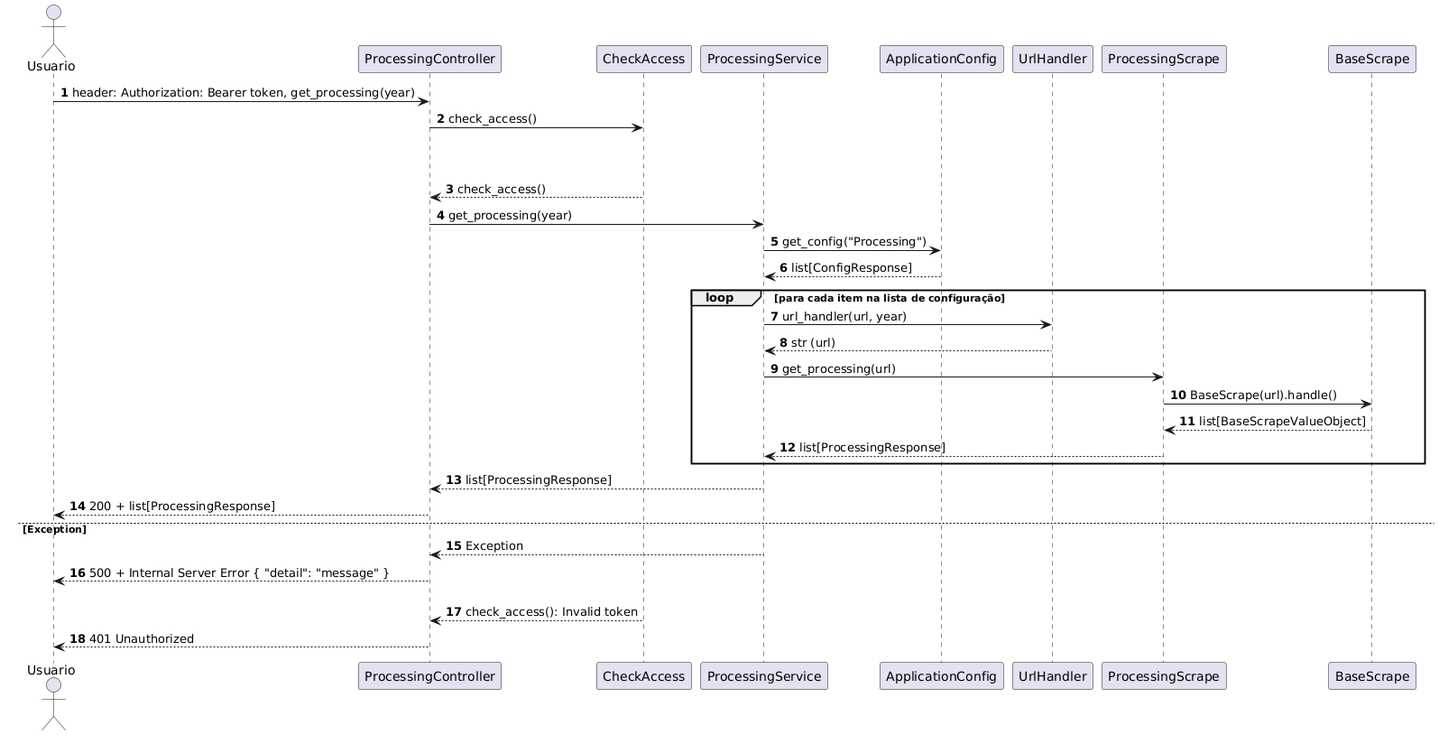
Before: app/architecture_diagrams/sequence_endpoint_processing.png, a diagram exported from PlantUML (henriquecomp/vinicultura). The source it was exported from:
```plantuml
@startuml
autonumber
actor Usuario
participant "ProcessingController" as Controller
participant "CheckAccess" as CheckAccess
participant "ProcessingService" as Application
participant "ApplicationConfig" as Config
participant "UrlHandler" as UrlHandler
participant "ProcessingScrape" as Scrape
participant "BaseScrape" as BaseScrape

Usuario -> Controller: header: Authorization: Bearer token, get_processing(year)
Controller -> CheckAccess: check_access()

alt Token Válido
    alt
        CheckAccess --> Controller: check_access()
        Controller -> Application: get_processing(year)
        Application -> Config: get_config("Processing")
        Config --> Application: list[ConfigResponse]
        loop para cada item na lista de configuração
            Application -> UrlHandler: url_handler(url, year)
            UrlHandler --> Application: str (url)
            Application -> Scrape: get_processing(url)
            Scrape -> BaseScrape: BaseScrape(url).handle()
            BaseScrape --> Scrape: list[BaseScrapeValueObject]
            Scrape --> Application: list[ProcessingResponse]
        end
        Application --> Controller: list[ProcessingResponse]
        Controller --> Usuario: 200 + list[ProcessingResponse]
    else Exception
        Application --> Controller: Exception
        Controller --> Usuario: 500 + Internal Server Error { "detail": "message" }
else Token Inválido
    CheckAccess --> Controller: check_access(): Invalid token
    Controller --> Usuario: 401 Unauthorized
@enduml
```
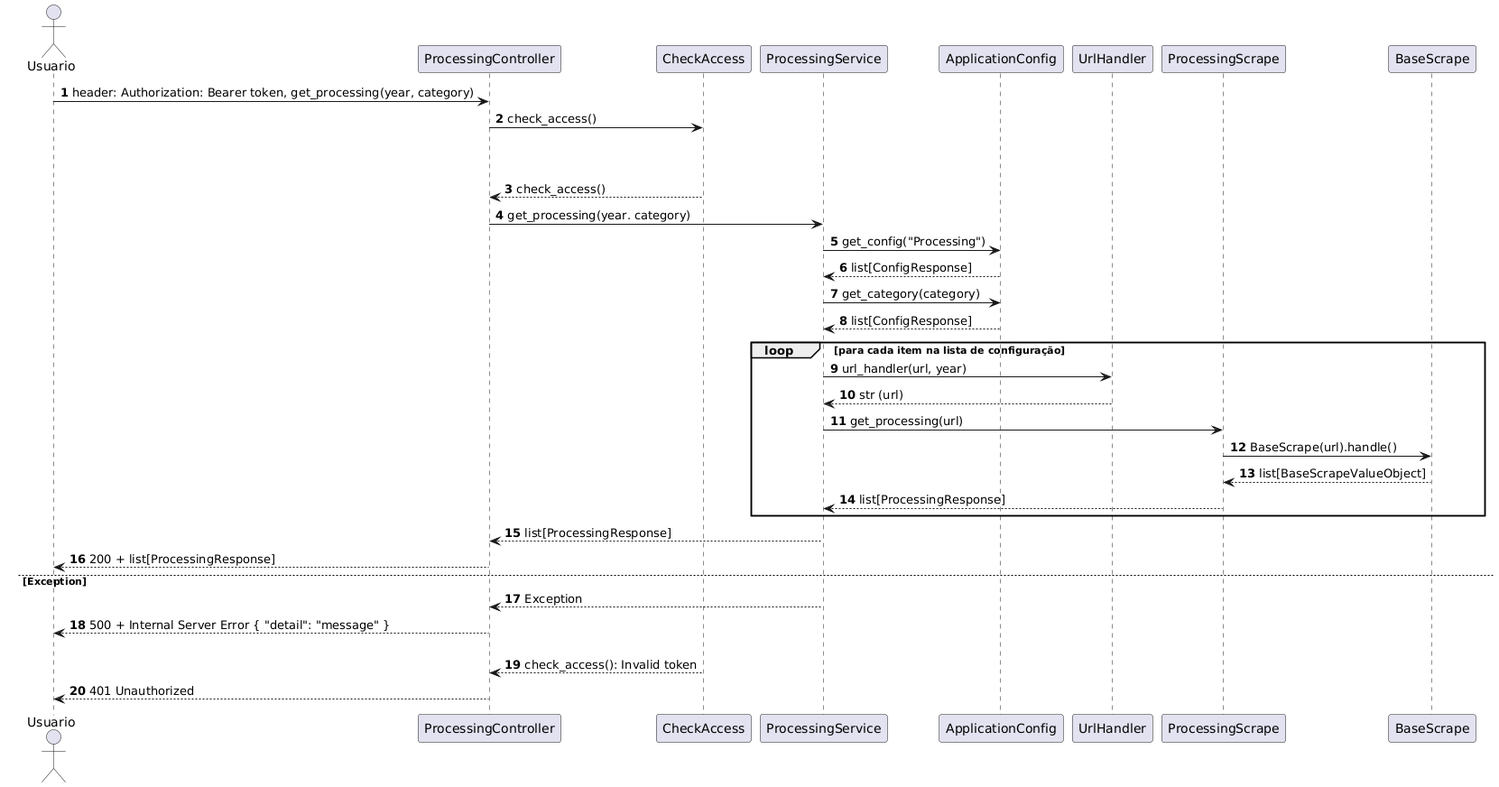
After the change.

Commit message:
adicionado o parametro de category nos endpoints e diagramas

The edit, as a diff of the source:
```diff
@@ -9,14 +9,16 @@
 participant "ProcessingScrape" as Scrape
 participant "BaseScrape" as BaseScrape
 
-Usuario -> Controller: header: Authorization: Bearer token, get_processing(year)
+Usuario -> Controller: header: Authorization: Bearer token, get_processing(year, category)
 Controller -> CheckAccess: check_access()
 
 alt Token Válido
     alt
         CheckAccess --> Controller: check_access()
-        Controller -> Application: get_processing(year)
+        Controller -> Application: get_processing(year. category)
         Application -> Config: get_config("Processing")
+        Config --> Application: list[ConfigResponse]
+        Application -> Config: get_category(category)
         Config --> Application: list[ConfigResponse]
         loop para cada item na lista de configuração
             Application -> UrlHandler: url_handler(url, year)
```
